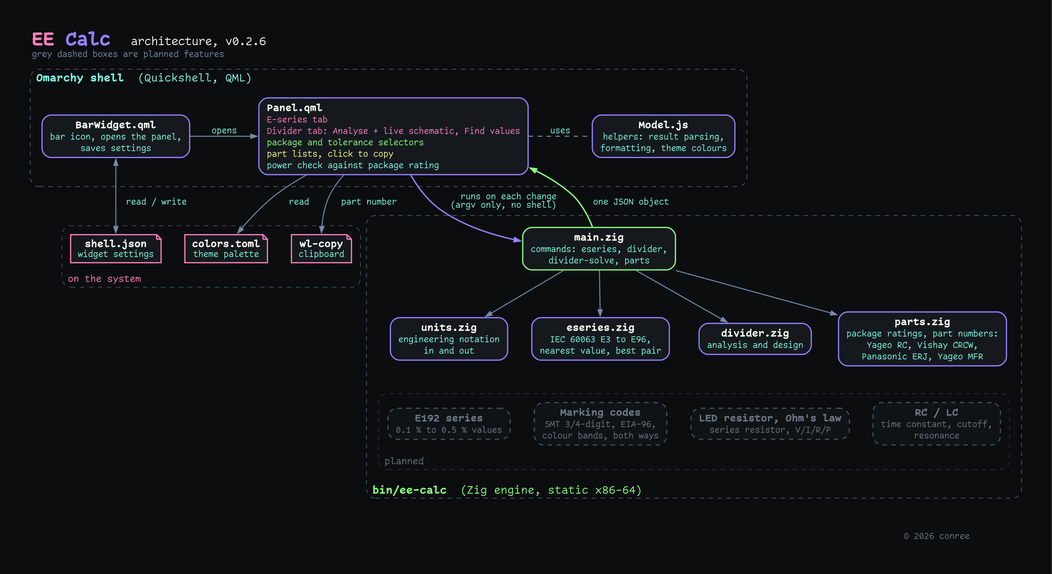
The Graphviz diagram docs/architecture.png in conree/omarchy-ee-calc, before a commit. Its source is kept beside it as docs/architecture.dot.
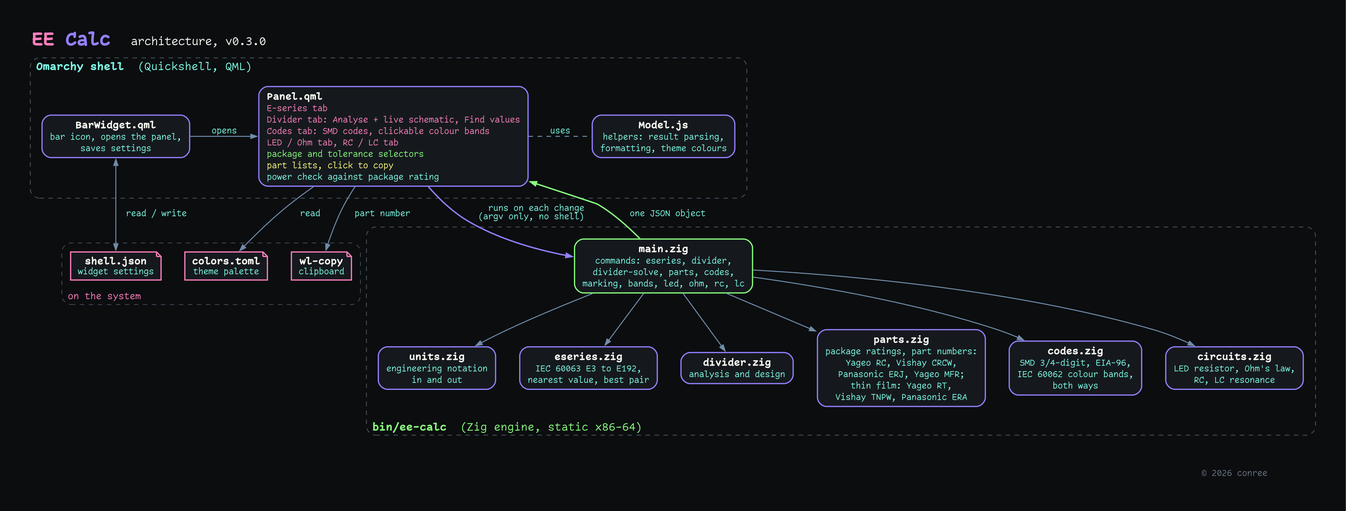
The same diagram one commit later.

What changed in the source:
```diff
@@ -8,8 +8,7 @@
          fontcolor="#80FFEA", fontsize=11]
 
   label=<<TABLE BORDER="0" CELLPADDING="2" CELLSPACING="0">
-    <TR><TD ALIGN="LEFT"><FONT POINT-SIZE="24" COLOR="#FF80BF"><B>EE </B></FONT><FONT POINT-SIZE="24" COLOR="#9580FF"><B>Calc</B></FONT><FONT POINT-SIZE="15" COLOR="#F8F8F2">   architecture, v0.2.6</FONT></TD></TR>
-    <TR><TD ALIGN="LEFT"><FONT POINT-SIZE="11" COLOR="#708CA9">grey dashed boxes are planned features</FONT></TD></TR>
+    <TR><TD ALIGN="LEFT"><FONT POINT-SIZE="24" COLOR="#FF80BF"><B>EE </B></FONT><FONT POINT-SIZE="24" COLOR="#9580FF"><B>Calc</B></FONT><FONT POINT-SIZE="15" COLOR="#F8F8F2">   architecture, v0.3.0</FONT></TD></TR>
   </TABLE>>
   labelloc=t; labeljust=l
 
@@ -26,6 +25,8 @@
       <TR><TD ALIGN="LEFT"><B>Panel.qml</B></TD></TR>
       <TR><TD ALIGN="LEFT"><FONT POINT-SIZE="11" COLOR="#FF80BF">E-series tab</FONT></TD></TR>
       <TR><TD ALIGN="LEFT"><FONT POINT-SIZE="11" COLOR="#FF80BF">Divider tab: Analyse + live schematic, Find values</FONT></TD></TR>
+      <TR><TD ALIGN="LEFT"><FONT POINT-SIZE="11" COLOR="#FF80BF">Codes tab: SMD codes, clickable colour bands</FONT></TD></TR>
+      <TR><TD ALIGN="LEFT"><FONT POINT-SIZE="11" COLOR="#FF80BF">LED / Ohm tab, RC / LC tab</FONT></TD></TR>
       <TR><TD ALIGN="LEFT"><FONT POINT-SIZE="11" COLOR="#8AFF80">package and tolerance selectors</FONT></TD></TR>
       <TR><TD ALIGN="LEFT"><FONT POINT-SIZE="11" COLOR="#FFFF80">part lists, click to copy</FONT></TD></TR>
       <TR><TD ALIGN="LEFT"><FONT POINT-SIZE="11" COLOR="#80FFEA">power check against package rating</FONT></TD></TR></TABLE>>]
@@ -61,7 +62,8 @@
     main [color="#8AFF80", label=<<TABLE BORDER="0" CELLPADDING="2" CELLSPACING="0">
       <TR><TD><B>main.zig</B></TD></TR>
       <TR><TD><FONT POINT-SIZE="11" COLOR="#80FFEA">commands: eseries, divider,</FONT></TD></TR>
-      <TR><TD><FONT POINT-SIZE="11" COLOR="#80FFEA">divider-solve, parts</FONT></TD></TR></TABLE>>]
+      <TR><TD><FONT POINT-SIZE="11" COLOR="#80FFEA">divider-solve, parts, codes,</FONT></TD></TR>
+      <TR><TD><FONT POINT-SIZE="11" COLOR="#80FFEA">marking, bands, led, ohm, rc, lc</FONT></TD></TR></TABLE>>]
 
     units [label=<<TABLE BORDER="0" CELLPADDING="2" CELLSPACING="0">
       <TR><TD><B>units.zig</B></TD></TR>
@@ -69,7 +71,7 @@
       <TR><TD><FONT POINT-SIZE="11" COLOR="#80FFEA">in and out</FONT></TD></TR></TABLE>>]
     eseries [label=<<TABLE BORDER="0" CELLPADDING="2" CELLSPACING="0">
       <TR><TD><B>eseries.zig</B></TD></TR>
-      <TR><TD><FONT POINT-SIZE="11" COLOR="#80FFEA">IEC 60063 E3 to E96,</FONT></TD></TR>
+      <TR><TD><FONT POINT-SIZE="11" COLOR="#80FFEA">IEC 60063 E3 to E192,</FONT></TD></TR>
       <TR><TD><FONT POINT-SIZE="11" COLOR="#80FFEA">nearest value, best pair</FONT></TD></TR></TABLE>>]
     divider [label=<<TABLE BORDER="0" CELLPADDING="2" CELLSPACING="0">
       <TR><TD><B>divider.zig</B></TD></TR>
@@ -78,42 +80,31 @@
       <TR><TD><B>parts.zig</B></TD></TR>
       <TR><TD><FONT POINT-SIZE="11" COLOR="#80FFEA">package ratings, part numbers:</FONT></TD></TR>
       <TR><TD><FONT POINT-SIZE="11" COLOR="#80FFEA">Yageo RC, Vishay CRCW,</FONT></TD></TR>
-      <TR><TD><FONT POINT-SIZE="11" COLOR="#80FFEA">Panasonic ERJ, Yageo MFR</FONT></TD></TR></TABLE>>]
+      <TR><TD><FONT POINT-SIZE="11" COLOR="#80FFEA">Panasonic ERJ, Yageo MFR;</FONT></TD></TR>
+      <TR><TD><FONT POINT-SIZE="11" COLOR="#80FFEA">thin film: Yageo RT,</FONT></TD></TR>
+      <TR><TD><FONT POINT-SIZE="11" COLOR="#80FFEA">Vishay TNPW, Panasonic ERA</FONT></TD></TR></TABLE>>]
 
-    { rank=same; units; eseries; divider; parts }
+    codes [label=<<TABLE BORDER="0" CELLPADDING="2" CELLSPACING="0">
+      <TR><TD><B>codes.zig</B></TD></TR>
+      <TR><TD><FONT POINT-SIZE="11" COLOR="#80FFEA">SMD 3/4-digit, EIA-96,</FONT></TD></TR>
+      <TR><TD><FONT POINT-SIZE="11" COLOR="#80FFEA">IEC 60062 colour bands,</FONT></TD></TR>
+      <TR><TD><FONT POINT-SIZE="11" COLOR="#80FFEA">both ways</FONT></TD></TR></TABLE>>]
+    circuits [label=<<TABLE BORDER="0" CELLPADDING="2" CELLSPACING="0">
+      <TR><TD><B>circuits.zig</B></TD></TR>
+      <TR><TD><FONT POINT-SIZE="11" COLOR="#80FFEA">LED resistor, Ohm's law,</FONT></TD></TR>
+      <TR><TD><FONT POINT-SIZE="11" COLOR="#80FFEA">RC, LC resonance</FONT></TD></TR></TABLE>>]
+
+    { rank=same; units; eseries; divider; parts; codes; circuits }
     main -> units
     main -> eseries
     main -> divider
     main -> parts
-
-    subgraph cluster_planned {
-      label=<<FONT COLOR="#6B7785" POINT-SIZE="12">planned</FONT>>
-      labeljust=l; style="rounded,dashed"; color="#2A3138"; penwidth=1.0; margin=12
-      node [style="rounded,filled,dashed", fillcolor="#101316", color="#414D58", fontcolor="#6B7785"]
-      p_e192 [label=<<TABLE BORDER="0" CELLPADDING="2" CELLSPACING="0">
-        <TR><TD><B>E192 series</B></TD></TR>
-        <TR><TD><FONT POINT-SIZE="11">0.1 % to 0.5 % values</FONT></TD></TR></TABLE>>]
-      p_marking [label=<<TABLE BORDER="0" CELLPADDING="2" CELLSPACING="0">
-        <TR><TD><B>Marking codes</B></TD></TR>
-        <TR><TD><FONT POINT-SIZE="11">SMT 3/4-digit, EIA-96,</FONT></TD></TR>
-        <TR><TD><FONT POINT-SIZE="11">colour bands, both ways</FONT></TD></TR></TABLE>>]
-      p_led [label=<<TABLE BORDER="0" CELLPADDING="2" CELLSPACING="0">
-        <TR><TD><B>LED resistor, Ohm's law</B></TD></TR>
-        <TR><TD><FONT POINT-SIZE="11">series resistor, V/I/R/P</FONT></TD></TR></TABLE>>]
-      p_rc [label=<<TABLE BORDER="0" CELLPADDING="2" CELLSPACING="0">
-        <TR><TD><B>RC / LC</B></TD></TR>
-        <TR><TD><FONT POINT-SIZE="11">time constant, cutoff,</FONT></TD></TR>
-        <TR><TD><FONT POINT-SIZE="11">resonance</FONT></TD></TR></TABLE>>]
-      { rank=same; p_e192; p_marking; p_led; p_rc }
-    }
-    units -> p_e192 [style=invis]
-    eseries -> p_marking [style=invis]
-    divider -> p_led [style=invis]
-    parts -> p_rc [style=invis]
+    main -> codes
+    main -> circuits
   }
 
   copyright [shape=plaintext, style="", label=<<FONT POINT-SIZE="11" COLOR="#6B7785">© 2026 conree</FONT>>]
-  p_rc -> copyright [style=invis]
+  circuits -> copyright [style=invis]
 
   panel -> main [label=<  runs on each change<BR/>  (argv only, no shell)  >, color="#9580FF", penwidth=1.8]
   main -> panel [label="  one JSON object  ", color="#8AFF80", penwidth=1.8]
```
